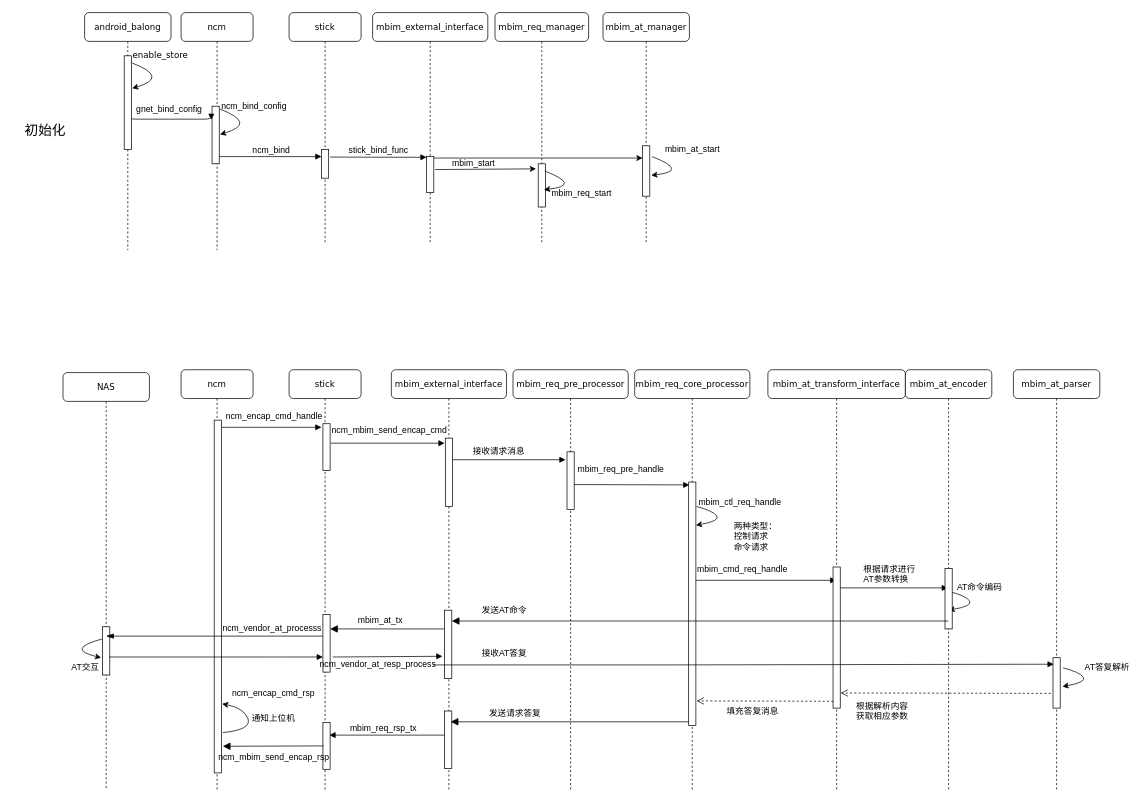
Before: MBIM.drawio in liuhongkang/paper, a draw.io diagram. Source tidied: cells renumbered, new cells numbered last; positions are measured from the earlier drawing's top-left corner, leaving out a move shared by most shapes. Both pictures are drawn from the tidied source at 72%, with x=0, y=0 at pixel (19, 12).
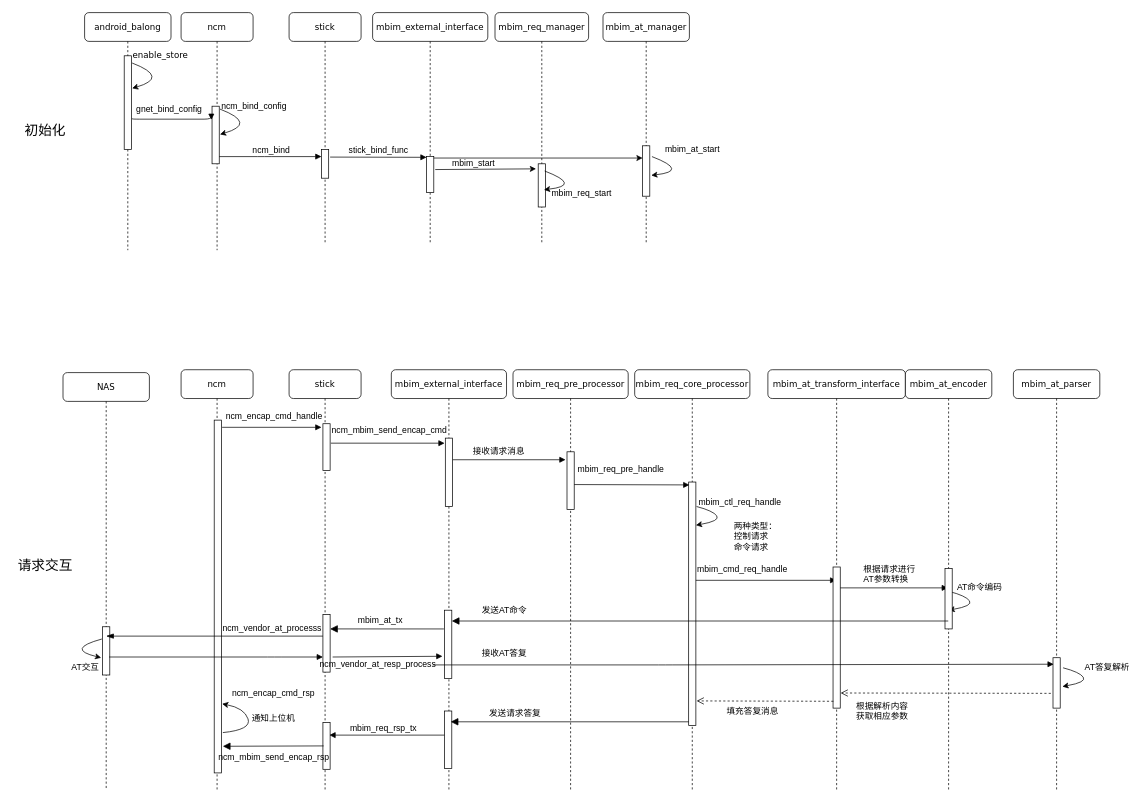
Above is the later version.

Diff of the diagram source:
```diff
@@
+    <mxCell id="98" value="请求交互" style="text;html=1;align=center;verticalAlign=middle;fontSize=19;" parent="1" vertex="1">
+      <mxGeometry x="-10" y="754" width="90" height="30" as="geometry" />
+    </mxCell>
```
